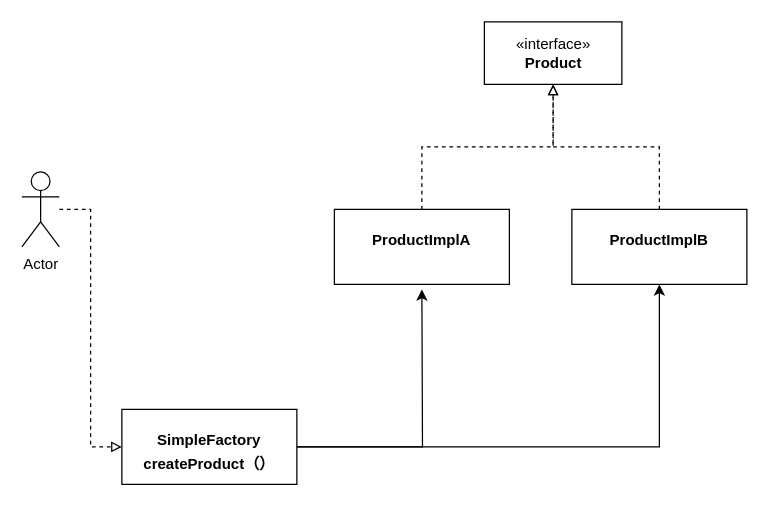
Before: simplefactory.drawio in tanshuanglin/tansony, a draw.io diagram. Source tidied: cells renumbered, new cells numbered last; positions are measured from the earlier drawing's top-left corner, leaving out a move shared by most shapes. Both pictures are drawn from the tidied source at 125%, with x=0, y=0 at pixel (21, 21).
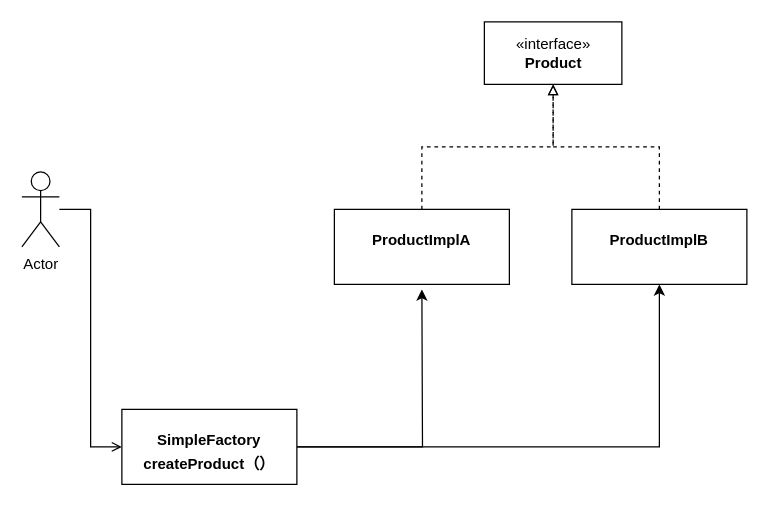
The same diagram, later.

The edit, as a diff of the source:
```diff
@@
 <mxGraphModel>
   <root>
     <mxCell id="0" />
     <mxCell id="1" parent="0" />
-    <mxCell id="2" style="edgeStyle=orthogonalEdgeStyle;rounded=0;jettySize=auto;html=1;entryX=0;entryY=0.5;entryDx=0;entryDy=0;dashed=1;endArrow=block;endFill=0;" parent="1" edge="1" source="3" target="6">
+    <mxCell id="2" style="edgeStyle=orthogonalEdgeStyle;rounded=0;jettySize=auto;html=1;entryX=0;entryY=0.5;entryDx=0;entryDy=0;endArrow=open;endFill=0;" parent="1" edge="1" source="3" target="6">
       <mxGeometry relative="1" as="geometry" />
     </mxCell>
     <mxCell id="3" value="Actor" style="shape=umlActor;verticalLabelPosition=bottom;verticalAlign=top;html=1;" parent="1" vertex="1">
       <mxGeometry y="120" width="30" height="60" as="geometry" />
     </mxCell>
     <mxCell id="4" style="edgeStyle=orthogonalEdgeStyle;rounded=0;jettySize=auto;html=1;endArrow=classic;endFill=1;" parent="1" edge="1" source="6">
       <mxGeometry relative="1" as="geometry">
         <mxPoint x="320" y="214" as="targetPoint" />
       </mxGeometry>
     </mxCell>
     <mxCell id="5" style="edgeStyle=orthogonalEdgeStyle;rounded=0;jettySize=auto;html=1;endArrow=classic;endFill=1;" parent="1" edge="1" source="6" target="10">
       <mxGeometry relative="1" as="geometry" />
     </mxCell>
     <mxCell id="6" value="&lt;p style=&quot;margin: 0px ; margin-top: 4px ; text-align: center&quot;&gt;&lt;br&gt;&lt;b&gt;SimpleFactory&lt;/b&gt;&lt;/p&gt;&lt;p style=&quot;margin: 0px ; margin-top: 4px ; text-align: center&quot;&gt;&lt;b&gt;createProduct（）&lt;/b&gt;&lt;/p&gt;" style="verticalAlign=top;align=left;overflow=fill;fontSize=12;fontFamily=Helvetica;html=1;" parent="1" vertex="1">
       <mxGeometry x="80" y="310" width="140" height="60" as="geometry" />
     </mxCell>
     <mxCell id="7" style="edgeStyle=orthogonalEdgeStyle;rounded=0;jettySize=auto;html=1;exitX=0.5;exitY=0;exitDx=0;exitDy=0;entryX=0.5;entryY=1;entryDx=0;entryDy=0;dashed=1;endArrow=block;endFill=0;" parent="1" edge="1" source="8" target="11">
       <mxGeometry relative="1" as="geometry" />
     </mxCell>
     <mxCell id="8" value="&lt;p style=&quot;margin: 0px ; margin-top: 4px ; text-align: center&quot;&gt;&lt;br&gt;&lt;b&gt;ProductImplA&lt;/b&gt;&lt;/p&gt;" style="verticalAlign=top;align=left;overflow=fill;fontSize=12;fontFamily=Helvetica;html=1;" parent="1" vertex="1">
       <mxGeometry x="250" y="150" width="140" height="60" as="geometry" />
     </mxCell>
     <mxCell id="9" style="edgeStyle=orthogonalEdgeStyle;rounded=0;jettySize=auto;html=1;dashed=1;endArrow=block;endFill=0;" parent="1" edge="1" source="10" target="11">
       <mxGeometry relative="1" as="geometry" />
     </mxCell>
     <mxCell id="10" value="&lt;p style=&quot;margin: 0px ; margin-top: 4px ; text-align: center&quot;&gt;&lt;br&gt;&lt;b&gt;ProductImplB&lt;/b&gt;&lt;/p&gt;" style="verticalAlign=top;align=left;overflow=fill;fontSize=12;fontFamily=Helvetica;html=1;" parent="1" vertex="1">
       <mxGeometry x="440" y="150" width="140" height="60" as="geometry" />
     </mxCell>
     <mxCell id="11" value="«interface»&lt;br&gt;&lt;b&gt;Product&lt;/b&gt;" style="html=1;" parent="1" vertex="1">
       <mxGeometry x="370" width="110" height="50" as="geometry" />
     </mxCell>
   </root>
 </mxGraphModel>
```
